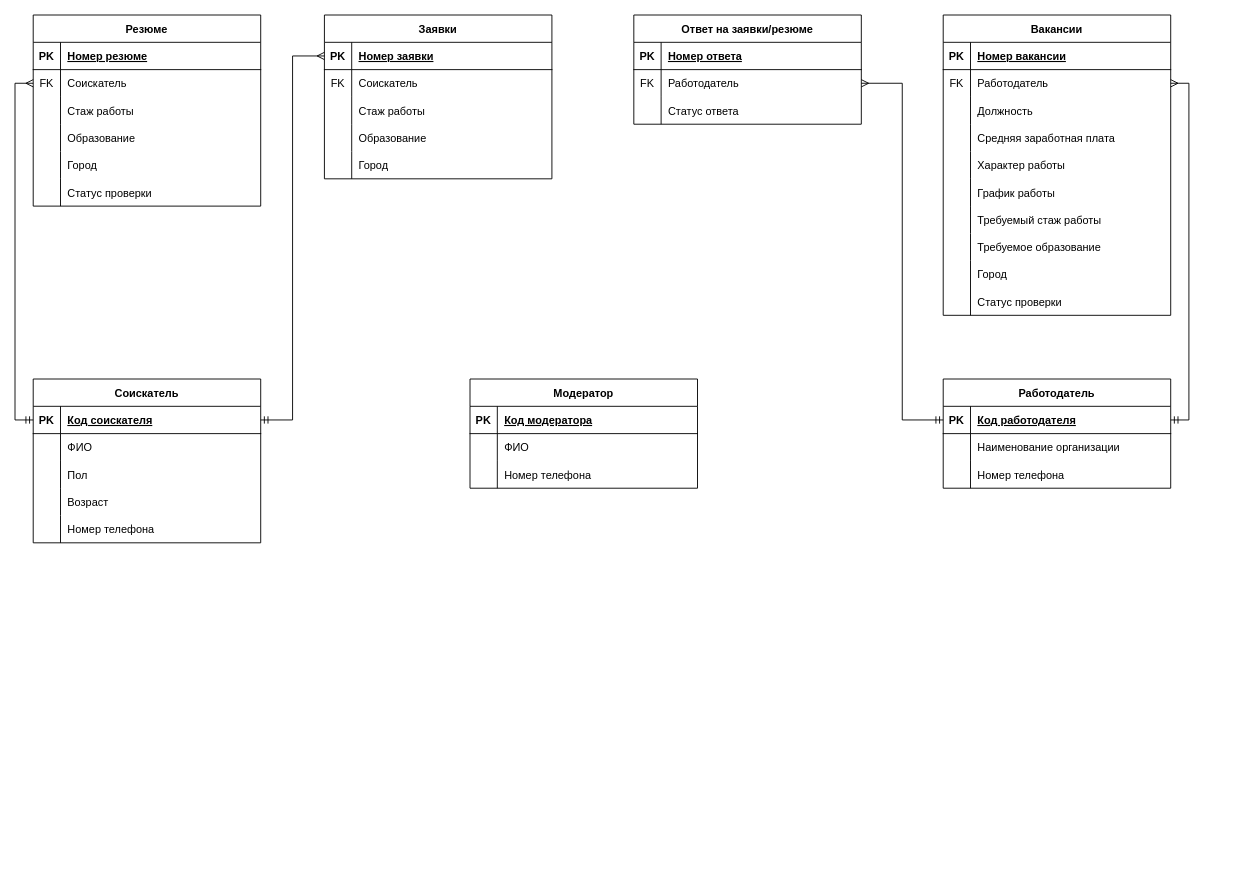
Above: Diagrams/Entity Relationship Diagram.drawio in FullOfDelirium/Employment-agency (draw.io), before the change. Source tidied: cells renumbered, new cells numbered last; positions are measured from the earlier drawing's top-left corner, leaving out a move shared by most shapes. Both pictures are drawn from the tidied source at 91%, with x=0, y=0 at pixel (33, 15).
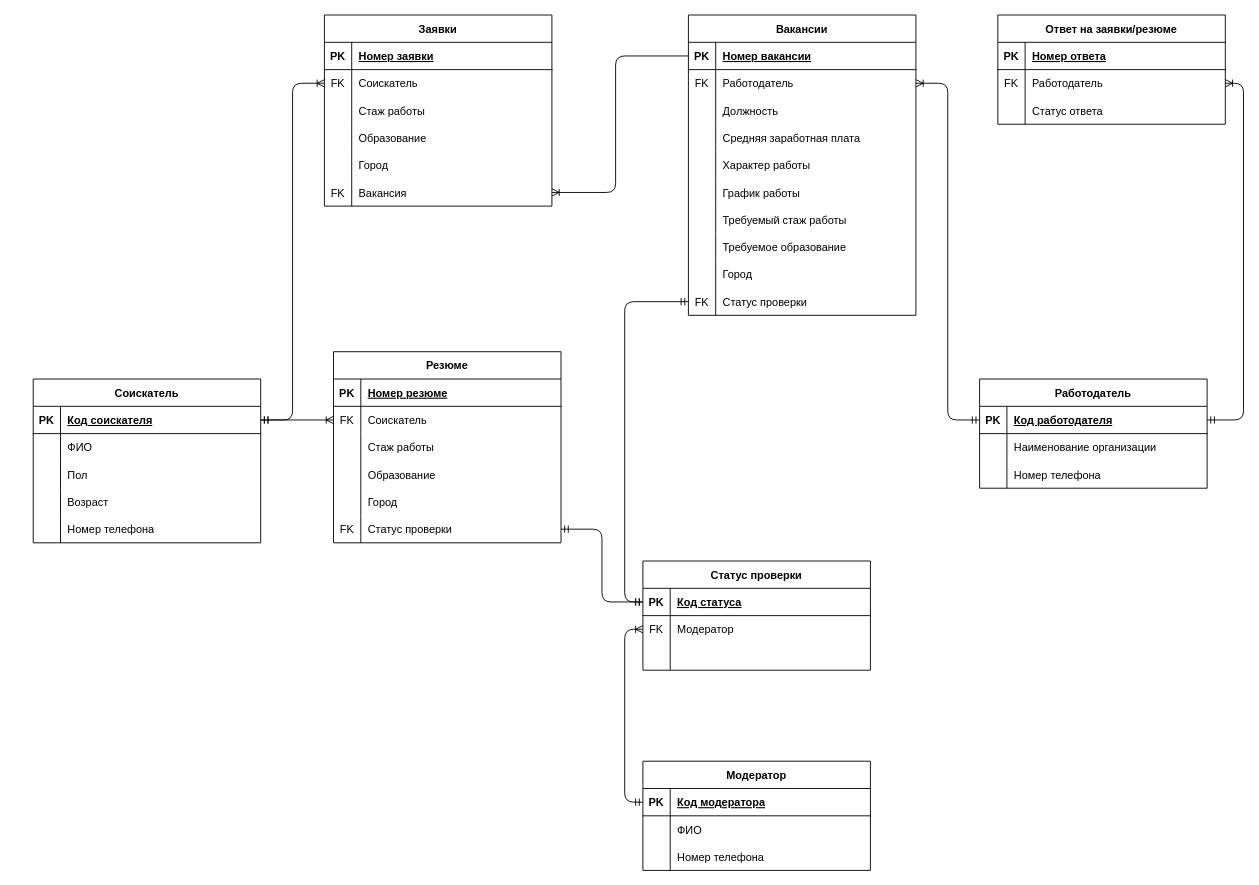
After the change.

Unchanged cells that the change refers to:
```xml
<mxCell id="6" style="shape=partialRectangle;fillColor=none;points=[[0,0.5],[1,0.5]];portConstraint=eastwest;top=0;left=0;right=0;bottom=0;" parent="2" vertex="1">
  <mxGeometry y="60" width="250" height="30" as="geometry" />
</mxCell>
<mxCell id="18" style="shape=partialRectangle;fillColor=none;points=[[0,0.5],[1,0.5]];portConstraint=eastwest;top=0;left=0;right=0;bottom=0;" parent="2" vertex="1">
  <mxGeometry y="180" width="250" height="30" as="geometry" />
</mxCell>
<mxCell id="22" style="shape=partialRectangle;fillColor=none;points=[[0,0.5],[1,0.5]];portConstraint=eastwest;top=0;left=0;right=0;bottom=1;" parent="21" vertex="1">
  <mxGeometry y="30" width="250" height="30" as="geometry" />
</mxCell>
<mxCell id="25" style="shape=partialRectangle;fillColor=none;points=[[0,0.5],[1,0.5]];portConstraint=eastwest;top=0;left=0;right=0;bottom=0;" parent="21" vertex="1">
  <mxGeometry y="60" width="250" height="30" as="geometry" />
</mxCell>
<mxCell id="49" style="shape=partialRectangle;fillColor=none;points=[[0,0.5],[1,0.5]];portConstraint=eastwest;top=0;left=0;right=0;bottom=0;" parent="21" vertex="1">
  <mxGeometry y="300" width="250" height="30" as="geometry" />
</mxCell>
<mxCell id="53" style="shape=partialRectangle;fillColor=none;points=[[0,0.5],[1,0.5]];portConstraint=eastwest;top=0;left=0;right=0;bottom=1;" parent="52" vertex="1">
  <mxGeometry y="30" width="250" height="30" as="geometry" />
</mxCell>
<mxCell id="56" style="shape=partialRectangle;fillColor=none;points=[[0,0.5],[1,0.5]];portConstraint=eastwest;top=0;left=0;right=0;bottom=0;" parent="52" vertex="1">
  <mxGeometry y="60" width="250" height="30" as="geometry" />
</mxCell>
<mxCell id="69" style="shape=partialRectangle;fillColor=none;points=[[0,0.5],[1,0.5]];portConstraint=eastwest;top=0;left=0;right=0;bottom=1;" parent="68" vertex="1">
  <mxGeometry y="30" width="250" height="30" as="geometry" />
</mxCell>
<mxCell id="85" style="shape=partialRectangle;fillColor=none;points=[[0,0.5],[1,0.5]];portConstraint=eastwest;top=0;left=0;right=0;bottom=1;" parent="84" vertex="1">
  <mxGeometry y="30" width="250" height="30" as="geometry" />
</mxCell>
<mxCell id="95" style="shape=partialRectangle;fillColor=none;points=[[0,0.5],[1,0.5]];portConstraint=eastwest;top=0;left=0;right=0;bottom=1;" parent="94" vertex="1">
  <mxGeometry y="30" width="250" height="30" as="geometry" />
</mxCell>
<mxCell id="111" style="shape=partialRectangle;fillColor=none;points=[[0,0.5],[1,0.5]];portConstraint=eastwest;top=0;left=0;right=0;bottom=0;" parent="107" vertex="1">
  <mxGeometry y="60" width="250" height="30" as="geometry" />
</mxCell>
```

What changed in the source:
```diff
@@
     <mxCell id="2" value="Резюме" style="shape=table;startSize=30;childLayout=tableLayout;rowLines=0;fontStyle=1;align=center;fontColor=default;" parent="1" vertex="1">
-      <mxGeometry width="250" height="210" as="geometry" />
+      <mxGeometry x="330" y="370" width="250" height="210" as="geometry" />
     </mxCell>
@@
-    <mxCell id="19" style="shape=partialRectangle;overflow=hidden;fillColor=none;top=0;left=0;bottom=0;right=0;" parent="18" vertex="1">
+    <mxCell id="19" value="FK" style="shape=partialRectangle;overflow=hidden;fillColor=none;top=0;left=0;bottom=0;right=0;" parent="18" vertex="1">
       <mxGeometry width="30" height="30" as="geometry" />
     </mxCell>
@@
     <mxCell id="21" value="Вакансии" style="shape=table;startSize=30;childLayout=tableLayout;rowLines=0;fontStyle=1;align=center;" parent="1" vertex="1">
-      <mxGeometry x="1000" width="250" height="330" as="geometry" />
+      <mxGeometry x="720" width="250" height="330" as="geometry" />
     </mxCell>
@@
-    <mxCell id="50" style="shape=partialRectangle;overflow=hidden;fillColor=none;top=0;left=0;bottom=0;right=0;" parent="49" vertex="1">
+    <mxCell id="50" value="FK" style="shape=partialRectangle;overflow=hidden;fillColor=none;top=0;left=0;bottom=0;right=0;" parent="49" vertex="1">
       <mxGeometry width="30" height="30" as="geometry" />
     </mxCell>
@@
     <mxCell id="52" value="Заявки" style="shape=table;startSize=30;childLayout=tableLayout;rowLines=0;fontStyle=1;align=center;fillColor=default;strokeColor=default;fontColor=default;" parent="1" vertex="1">
-      <mxGeometry x="320" width="250" height="180" as="geometry" />
+      <mxGeometry x="320" width="250" height="210" as="geometry" />
     </mxCell>
@@
+    <mxCell id="118" style="shape=partialRectangle;fillColor=none;points=[[0,0.5],[1,0.5]];portConstraint=eastwest;top=0;left=0;right=0;bottom=0;" parent="52" vertex="1">
+      <mxGeometry y="180" width="250" height="30" as="geometry" />
+    </mxCell>
+    <mxCell id="119" value="FK" style="shape=partialRectangle;overflow=hidden;fillColor=none;top=0;left=0;bottom=0;right=0;" parent="118" vertex="1">
+      <mxGeometry width="30" height="30" as="geometry" />
+    </mxCell>
+    <mxCell id="120" value="Вакансия" style="shape=partialRectangle;overflow=hidden;fillColor=none;top=0;left=0;bottom=0;right=0;align=left;spacingLeft=6;" parent="118" vertex="1">
+      <mxGeometry x="30" width="220" height="30" as="geometry" />
+    </mxCell>
@@
     <mxCell id="84" value="Работодатель" style="shape=table;startSize=30;childLayout=tableLayout;rowLines=0;fontStyle=1;align=center;fontColor=default;" parent="1" vertex="1">
-      <mxGeometry x="1000" y="400" width="250" height="120" as="geometry" />
+      <mxGeometry x="1040" y="400" width="250" height="120" as="geometry" />
     </mxCell>
@@
     <mxCell id="94" value="Модератор" style="shape=table;startSize=30;childLayout=tableLayout;rowLines=0;fontStyle=1;align=center;fontColor=default;" parent="1" vertex="1">
-      <mxGeometry x="480" y="400" width="250" height="120" as="geometry" />
+      <mxGeometry x="670" y="820" width="250" height="120" as="geometry" />
     </mxCell>
@@
-    <mxCell id="104" style="edgeStyle=orthogonalEdgeStyle;rounded=0;jettySize=auto;html=1;entryX=0;entryY=0.5;entryDx=0;entryDy=0;startArrow=ERmandOne;startFill=0;endArrow=ERmany;endFill=0;" parent="1" edge="1" source="69" target="6">
+    <mxCell id="104" style="edgeStyle=orthogonalEdgeStyle;jettySize=auto;html=1;entryX=0;entryY=0.5;entryDx=0;entryDy=0;startArrow=ERmandOne;startFill=0;endArrow=ERoneToMany;endFill=0;rounded=1;" parent="1" edge="1" source="69" target="6">
       <mxGeometry relative="1" as="geometry" />
     </mxCell>
-    <mxCell id="105" style="edgeStyle=orthogonalEdgeStyle;rounded=0;jettySize=auto;html=1;entryX=0;entryY=0.5;entryDx=0;entryDy=0;startArrow=ERmandOne;startFill=0;endArrow=ERmany;endFill=0;" parent="1" edge="1" source="69" target="53">
+    <mxCell id="105" style="edgeStyle=orthogonalEdgeStyle;rounded=1;jettySize=auto;html=1;entryX=0;entryY=0.5;entryDx=0;entryDy=0;startArrow=ERmandOne;startFill=0;endArrow=ERoneToMany;endFill=0;" parent="1" edge="1" source="69" target="56">
       <mxGeometry relative="1" as="geometry" />
     </mxCell>
-    <mxCell id="106" style="edgeStyle=orthogonalEdgeStyle;rounded=0;jettySize=auto;html=1;entryX=1;entryY=0.5;entryDx=0;entryDy=0;startArrow=ERmandOne;startFill=0;endArrow=ERmany;endFill=0;exitX=1;exitY=0.5;exitDx=0;exitDy=0;" parent="1" edge="1" source="85" target="25">
+    <mxCell id="106" style="edgeStyle=orthogonalEdgeStyle;rounded=1;jettySize=auto;html=1;entryX=1;entryY=0.5;entryDx=0;entryDy=0;startArrow=ERmandOne;startFill=0;endArrow=ERoneToMany;endFill=0;exitX=0;exitY=0.5;exitDx=0;exitDy=0;" parent="1" edge="1" source="85" target="25">
       <mxGeometry relative="1" as="geometry" />
     </mxCell>
     <mxCell id="107" value="Ответ на заявки/резюме" style="shape=table;startSize=30;childLayout=tableLayout;rowLines=0;fontStyle=1;align=center;fontColor=default;" parent="1" vertex="1">
-      <mxGeometry x="660" width="250" height="120" as="geometry" />
+      <mxGeometry x="1060" width="250" height="120" as="geometry" />
     </mxCell>
@@
-    <mxCell id="117" style="edgeStyle=orthogonalEdgeStyle;rounded=0;jettySize=auto;html=1;exitX=0;exitY=0.5;exitDx=0;exitDy=0;entryX=1;entryY=0.5;entryDx=0;entryDy=0;startArrow=ERmandOne;startFill=0;endArrow=ERmany;endFill=0;" parent="1" edge="1" source="85" target="111">
+    <mxCell id="117" style="edgeStyle=orthogonalEdgeStyle;rounded=1;jettySize=auto;html=1;entryX=1;entryY=0.5;entryDx=0;entryDy=0;startArrow=ERmandOne;startFill=0;endArrow=ERoneToMany;endFill=0;exitX=1;exitY=0.5;exitDx=0;exitDy=0;" parent="1" edge="1" source="85" target="111">
       <mxGeometry relative="1" as="geometry" />
     </mxCell>
+    <mxCell id="121" style="edgeStyle=orthogonalEdgeStyle;rounded=1;jettySize=auto;html=1;entryX=1;entryY=0.5;entryDx=0;entryDy=0;endArrow=ERoneToMany;endFill=0;exitX=0;exitY=0.5;exitDx=0;exitDy=0;" parent="1" edge="1" source="22" target="118">
+      <mxGeometry relative="1" as="geometry">
+        <Array as="points">
+          <mxPoint x="640" y="45" />
+          <mxPoint x="640" y="195" />
+        </Array>
+      </mxGeometry>
+    </mxCell>
+    <mxCell id="122" value="Статус проверки" style="shape=table;startSize=30;childLayout=tableLayout;rowLines=0;fontStyle=1;align=center;fontColor=default;" parent="1" vertex="1">
+      <mxGeometry x="670" y="600" width="250" height="120" as="geometry" />
+    </mxCell>
+    <mxCell id="123" style="shape=partialRectangle;fillColor=none;points=[[0,0.5],[1,0.5]];portConstraint=eastwest;top=0;left=0;right=0;bottom=1;" parent="122" vertex="1">
+      <mxGeometry y="30" width="250" height="30" as="geometry" />
+    </mxCell>
+    <mxCell id="124" value="PK" style="shape=partialRectangle;overflow=hidden;fillColor=none;top=0;left=0;bottom=0;right=0;fontStyle=1;" parent="123" vertex="1">
+      <mxGeometry width="30" height="30" as="geometry" />
+    </mxCell>
+    <mxCell id="125" value="Код статуса" style="shape=partialRectangle;overflow=hidden;fillColor=none;top=0;left=0;bottom=0;right=0;align=left;spacingLeft=6;fontStyle=5;fontColor=default;" parent="123" vertex="1">
+      <mxGeometry x="30" width="220" height="30" as="geometry" />
+    </mxCell>
+    <mxCell id="126" style="shape=partialRectangle;fillColor=none;points=[[0,0.5],[1,0.5]];portConstraint=eastwest;top=0;left=0;right=0;bottom=0;strokeColor=default;fontColor=default;" parent="122" vertex="1">
+      <mxGeometry y="60" width="250" height="30" as="geometry" />
+    </mxCell>
+    <mxCell id="127" value="FK" style="shape=partialRectangle;overflow=hidden;fillColor=none;top=0;left=0;bottom=0;right=0;" parent="126" vertex="1">
+      <mxGeometry width="30" height="30" as="geometry" />
+    </mxCell>
+    <mxCell id="128" value="Модератор" style="shape=partialRectangle;overflow=hidden;fillColor=none;top=0;left=0;bottom=0;right=0;align=left;spacingLeft=6;fontColor=default;" parent="126" vertex="1">
+      <mxGeometry x="30" width="220" height="30" as="geometry" />
+    </mxCell>
+    <mxCell id="129" style="shape=partialRectangle;fillColor=none;top=0;left=0;right=0;bottom=0;" parent="122" vertex="1">
+      <mxGeometry y="90" width="250" height="30" as="geometry" />
+    </mxCell>
+    <mxCell id="130" style="shape=partialRectangle;overflow=hidden;fillColor=none;top=0;left=0;bottom=0;right=0;" parent="129" vertex="1">
+      <mxGeometry width="30" height="30" as="geometry" />
+    </mxCell>
+    <mxCell id="131" style="shape=partialRectangle;overflow=hidden;fillColor=none;top=0;left=0;bottom=0;right=0;align=left;spacingLeft=6;fontColor=default;" parent="129" vertex="1">
+      <mxGeometry x="30" width="220" height="30" as="geometry" />
+    </mxCell>
+    <mxCell id="132" style="edgeStyle=orthogonalEdgeStyle;rounded=1;jettySize=auto;html=1;entryX=0;entryY=0.5;entryDx=0;entryDy=0;endArrow=ERoneToMany;endFill=0;startArrow=ERmandOne;startFill=0;" parent="1" edge="1" source="95" target="126">
+      <mxGeometry relative="1" as="geometry" />
+    </mxCell>
+    <mxCell id="133" style="edgeStyle=orthogonalEdgeStyle;rounded=1;jettySize=auto;html=1;entryX=1;entryY=0.5;entryDx=0;entryDy=0;startArrow=ERmandOne;startFill=0;endArrow=ERmandOne;endFill=0;" parent="1" edge="1" source="123" target="18">
+      <mxGeometry relative="1" as="geometry" />
+    </mxCell>
+    <mxCell id="134" style="edgeStyle=orthogonalEdgeStyle;rounded=1;jettySize=auto;html=1;entryX=0;entryY=0.5;entryDx=0;entryDy=0;startArrow=ERmandOne;startFill=0;endArrow=ERmandOne;endFill=0;exitX=0;exitY=0.5;exitDx=0;exitDy=0;" parent="1" edge="1" source="123" target="49">
+      <mxGeometry relative="1" as="geometry" />
+    </mxCell>
```
